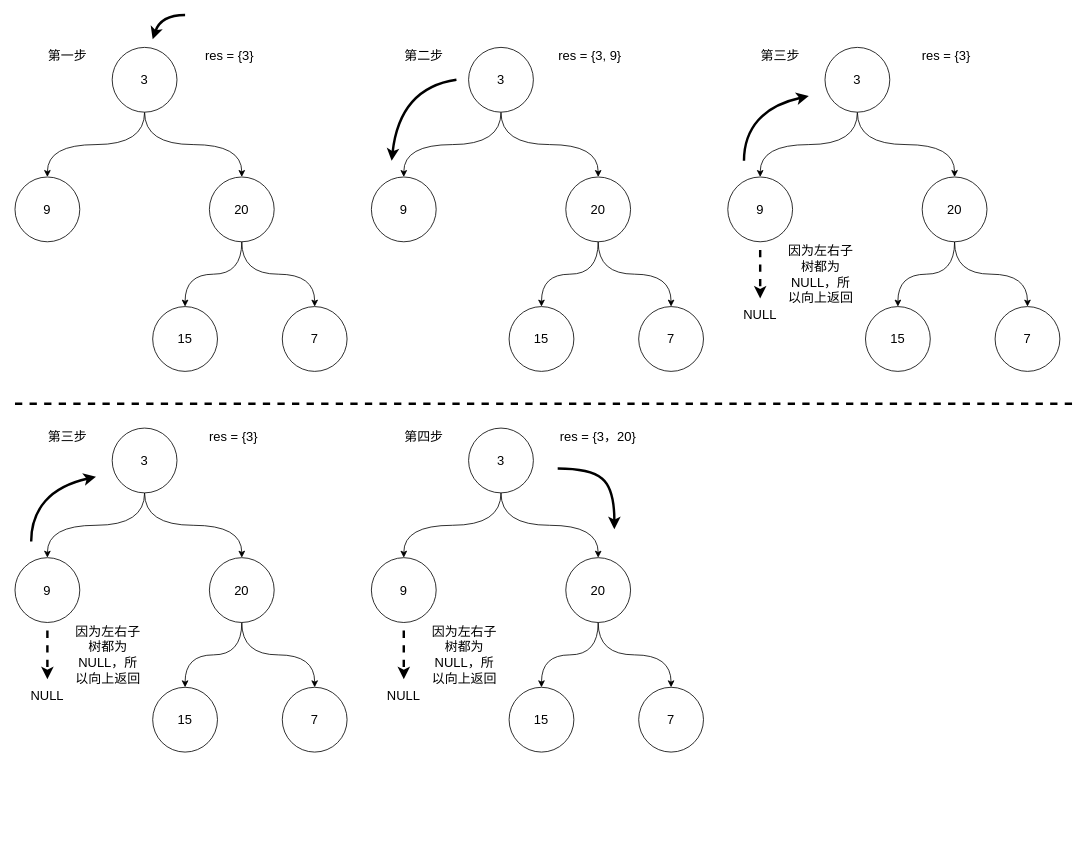
This is leetcode102题目讲解.drawio from codelyc/Hello-World, a draw.io file, before an edit. Source tidied: cells renumbered, new cells numbered last; positions are measured from the earlier drawing's top-left corner, leaving out a move shared by most shapes. Both pictures are drawn from the tidied source at 81%, with x=0, y=0 at pixel (15, 15).
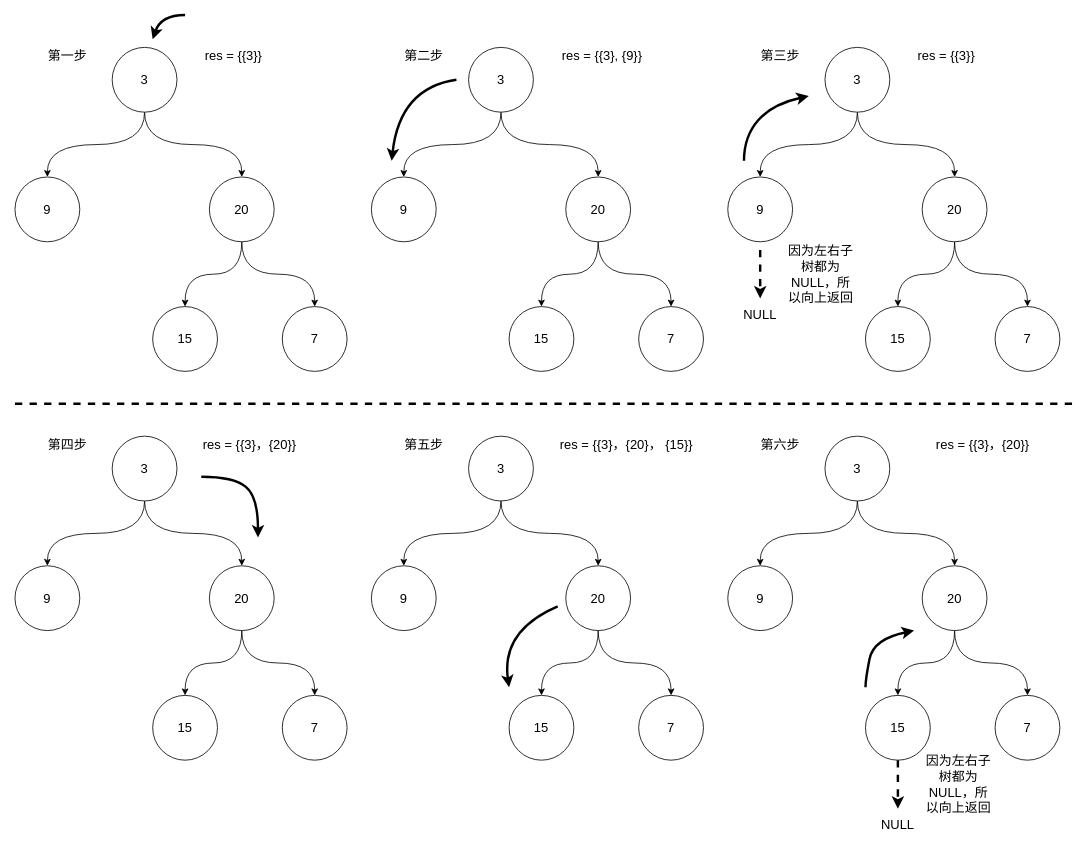
After the change.

Commit message (it also covers changes not shown here):
更新leetcode102题目讲解.drawio

What changed in the source:
```diff
@@
-    <mxCell id="13" value="&lt;font style=&quot;font-size: 16px&quot;&gt;res = {3}&lt;/font&gt;" style="text;html=1;strokeColor=none;fillColor=none;align=center;verticalAlign=middle;whiteSpace=wrap;rounded=0;" parent="1" vertex="1">
-      <mxGeometry x="230" y="40" width="70" height="20" as="geometry" />
+    <mxCell id="13" value="&lt;font style=&quot;font-size: 16px&quot;&gt;res = {{3}}&lt;/font&gt;" style="text;html=1;strokeColor=none;fillColor=none;align=center;verticalAlign=middle;whiteSpace=wrap;rounded=0;" parent="1" vertex="1">
+      <mxGeometry x="230" y="40" width="80" height="20" as="geometry" />
     </mxCell>
@@
-    <mxCell id="25" value="&lt;font style=&quot;font-size: 16px&quot;&gt;res = {3, 9}&lt;/font&gt;" style="text;html=1;strokeColor=none;fillColor=none;align=center;verticalAlign=middle;whiteSpace=wrap;rounded=0;" parent="1" vertex="1">
-      <mxGeometry x="670" y="40" width="80" height="20" as="geometry" />
+    <mxCell id="25" value="&lt;font style=&quot;font-size: 16px&quot;&gt;res = {{3}, {9}}&lt;/font&gt;" style="text;html=1;strokeColor=none;fillColor=none;align=center;verticalAlign=middle;whiteSpace=wrap;rounded=0;" parent="1" vertex="1">
+      <mxGeometry x="670" y="40" width="110" height="20" as="geometry" />
     </mxCell>
-    <mxCell id="26" style="edgeStyle=orthogonalEdgeStyle;curved=1;rounded=0;jettySize=auto;html=1;exitX=0.5;exitY=1;exitDx=0;exitDy=0;" parent="1" edge="1" source="28" target="29">
-      <mxGeometry relative="1" as="geometry" />
-    </mxCell>
-    <mxCell id="27" style="edgeStyle=orthogonalEdgeStyle;curved=1;rounded=0;jettySize=auto;html=1;exitX=0.5;exitY=1;exitDx=0;exitDy=0;entryX=0.5;entryY=0;entryDx=0;entryDy=0;" parent="1" edge="1" source="28" target="32">
-      <mxGeometry relative="1" as="geometry" />
-    </mxCell>
-    <mxCell id="28" value="&lt;font style=&quot;font-size: 16px&quot;&gt;3&lt;/font&gt;" style="ellipse;whiteSpace=wrap;html=1;" parent="1" vertex="1">
-      <mxGeometry x="120" y="510" width="80" height="80" as="geometry" />
-    </mxCell>
-    <mxCell id="29" value="&lt;font style=&quot;font-size: 16px&quot;&gt;9&lt;/font&gt;" style="ellipse;whiteSpace=wrap;html=1;" parent="1" vertex="1">
-      <mxGeometry y="670" width="80" height="80" as="geometry" />
-    </mxCell>
-    <mxCell id="30" style="edgeStyle=orthogonalEdgeStyle;curved=1;rounded=0;jettySize=auto;html=1;exitX=0.5;exitY=1;exitDx=0;exitDy=0;entryX=0.5;entryY=0;entryDx=0;entryDy=0;" parent="1" edge="1" source="32" target="33">
-      <mxGeometry relative="1" as="geometry" />
-    </mxCell>
-    <mxCell id="31" style="edgeStyle=orthogonalEdgeStyle;curved=1;rounded=0;jettySize=auto;html=1;exitX=0.5;exitY=1;exitDx=0;exitDy=0;entryX=0.5;entryY=0;entryDx=0;entryDy=0;" parent="1" edge="1" source="32" target="34">
-      <mxGeometry relative="1" as="geometry" />
-    </mxCell>
-    <mxCell id="32" value="&lt;font style=&quot;font-size: 16px&quot;&gt;20&lt;/font&gt;" style="ellipse;whiteSpace=wrap;html=1;" parent="1" vertex="1">
-      <mxGeometry x="240" y="670" width="80" height="80" as="geometry" />
-    </mxCell>
-    <mxCell id="33" value="&lt;font style=&quot;font-size: 16px&quot;&gt;15&lt;/font&gt;" style="ellipse;whiteSpace=wrap;html=1;" parent="1" vertex="1">
-      <mxGeometry x="170" y="830" width="80" height="80" as="geometry" />
-    </mxCell>
-    <mxCell id="34" value="&lt;font style=&quot;font-size: 16px&quot;&gt;7&lt;/font&gt;" style="ellipse;whiteSpace=wrap;html=1;" parent="1" vertex="1">
-      <mxGeometry x="330" y="830" width="80" height="80" as="geometry" />
-    </mxCell>
-    <mxCell id="35" value="&lt;font style=&quot;font-size: 16px&quot;&gt;第三步&lt;/font&gt;" style="text;html=1;strokeColor=none;fillColor=none;align=center;verticalAlign=middle;whiteSpace=wrap;rounded=0;" parent="1" vertex="1">
-      <mxGeometry x="40" y="510" width="50" height="20" as="geometry" />
-    </mxCell>
-    <mxCell id="36" style="curved=1;endArrow=classic;html=1;strokeWidth=3;" parent="1" edge="1">
-      <mxGeometry relative="1" as="geometry">
-        <mxPoint x="20" y="650" as="sourcePoint" />
-        <mxPoint x="100" y="570" as="targetPoint" />
-        <Array as="points">
-          <mxPoint x="20" y="620" />
-          <mxPoint x="55" y="580" />
-        </Array>
-      </mxGeometry>
-    </mxCell>
-    <mxCell id="37" value="&lt;font style=&quot;font-size: 16px&quot;&gt;res = {3}&lt;/font&gt;" style="text;html=1;strokeColor=none;fillColor=none;align=center;verticalAlign=middle;whiteSpace=wrap;rounded=0;" parent="1" vertex="1">
-      <mxGeometry x="230" y="510" width="80" height="20" as="geometry" />
-    </mxCell>
@@
-    <mxCell id="39" style="endArrow=classic;html=1;strokeWidth=3;dashed=1;" parent="1" edge="1">
-      <mxGeometry relative="1" as="geometry">
-        <mxPoint x="40" y="760" as="sourcePoint" />
-        <mxPoint x="40" y="820" as="targetPoint" />
-      </mxGeometry>
-    </mxCell>
-    <mxCell id="40" value="&lt;font style=&quot;font-size: 16px&quot;&gt;NULL&lt;/font&gt;" style="text;html=1;strokeColor=none;fillColor=none;align=center;verticalAlign=middle;whiteSpace=wrap;rounded=0;" parent="1" vertex="1">
-      <mxGeometry x="20" y="830" width="40" height="20" as="geometry" />
-    </mxCell>
-    <mxCell id="41" value="&lt;font style=&quot;font-size: 16px&quot;&gt;因为左右子树都为NULL，所以向上返回&lt;/font&gt;" style="text;html=1;strokeColor=none;fillColor=none;align=center;verticalAlign=middle;whiteSpace=wrap;rounded=0;" parent="1" vertex="1">
-      <mxGeometry x="70" y="780" width="90" height="20" as="geometry" />
-    </mxCell>
@@
     <mxCell id="44" value="&lt;font style=&quot;font-size: 16px&quot;&gt;3&lt;/font&gt;" style="ellipse;whiteSpace=wrap;html=1;" parent="1" vertex="1">
-      <mxGeometry x="560" y="510" width="80" height="80" as="geometry" />
+      <mxGeometry x="120" y="520" width="80" height="80" as="geometry" />
     </mxCell>
     <mxCell id="45" value="&lt;font style=&quot;font-size: 16px&quot;&gt;9&lt;/font&gt;" style="ellipse;whiteSpace=wrap;html=1;" parent="1" vertex="1">
-      <mxGeometry x="440" y="670" width="80" height="80" as="geometry" />
+      <mxGeometry y="680" width="80" height="80" as="geometry" />
     </mxCell>
@@
     <mxCell id="48" value="&lt;font style=&quot;font-size: 16px&quot;&gt;20&lt;/font&gt;" style="ellipse;whiteSpace=wrap;html=1;" parent="1" vertex="1">
-      <mxGeometry x="680" y="670" width="80" height="80" as="geometry" />
+      <mxGeometry x="240" y="680" width="80" height="80" as="geometry" />
     </mxCell>
     <mxCell id="49" value="&lt;font style=&quot;font-size: 16px&quot;&gt;15&lt;/font&gt;" style="ellipse;whiteSpace=wrap;html=1;" parent="1" vertex="1">
-      <mxGeometry x="610" y="830" width="80" height="80" as="geometry" />
+      <mxGeometry x="170" y="840" width="80" height="80" as="geometry" />
     </mxCell>
     <mxCell id="50" value="&lt;font style=&quot;font-size: 16px&quot;&gt;7&lt;/font&gt;" style="ellipse;whiteSpace=wrap;html=1;" parent="1" vertex="1">
-      <mxGeometry x="770" y="830" width="80" height="80" as="geometry" />
+      <mxGeometry x="330" y="840" width="80" height="80" as="geometry" />
     </mxCell>
     <mxCell id="51" value="&lt;font style=&quot;font-size: 16px&quot;&gt;第四步&lt;/font&gt;" style="text;html=1;strokeColor=none;fillColor=none;align=center;verticalAlign=middle;whiteSpace=wrap;rounded=0;" parent="1" vertex="1">
-      <mxGeometry x="480" y="510" width="50" height="20" as="geometry" />
+      <mxGeometry x="40" y="520" width="50" height="20" as="geometry" />
     </mxCell>
     <mxCell id="52" style="curved=1;endArrow=classic;html=1;strokeWidth=3;" parent="1" edge="1">
       <mxGeometry relative="1" as="geometry">
-        <mxPoint x="670" y="560" as="sourcePoint" />
-        <mxPoint x="740" y="635" as="targetPoint" />
+        <mxPoint x="230" y="570" as="sourcePoint" />
+        <mxPoint x="300" y="645" as="targetPoint" />
         <Array as="points">
-          <mxPoint x="710" y="560" />
-          <mxPoint x="740" y="585" />
+          <mxPoint x="270" y="570" />
+          <mxPoint x="300" y="595" />
         </Array>
       </mxGeometry>
     </mxCell>
-    <mxCell id="53" value="&lt;font style=&quot;font-size: 16px&quot;&gt;res = {3，20}&lt;/font&gt;" style="text;html=1;strokeColor=none;fillColor=none;align=center;verticalAlign=middle;whiteSpace=wrap;rounded=0;" parent="1" vertex="1">
-      <mxGeometry x="670" y="510" width="100" height="20" as="geometry" />
+    <mxCell id="53" value="&lt;font style=&quot;font-size: 16px&quot;&gt;res = {{3}，{20}}&lt;/font&gt;" style="text;html=1;strokeColor=none;fillColor=none;align=center;verticalAlign=middle;whiteSpace=wrap;rounded=0;" parent="1" vertex="1">
+      <mxGeometry x="230" y="520" width="120" height="20" as="geometry" />
     </mxCell>
-    <mxCell id="54" style="endArrow=classic;html=1;strokeWidth=3;dashed=1;" parent="1" edge="1">
-      <mxGeometry relative="1" as="geometry">
-        <mxPoint x="480" y="760" as="sourcePoint" />
-        <mxPoint x="480" y="820" as="targetPoint" />
-      </mxGeometry>
-    </mxCell>
-    <mxCell id="55" value="&lt;font style=&quot;font-size: 16px&quot;&gt;NULL&lt;/font&gt;" style="text;html=1;strokeColor=none;fillColor=none;align=center;verticalAlign=middle;whiteSpace=wrap;rounded=0;" parent="1" vertex="1">
-      <mxGeometry x="460" y="830" width="40" height="20" as="geometry" />
-    </mxCell>
-    <mxCell id="56" value="&lt;font style=&quot;font-size: 16px&quot;&gt;因为左右子树都为NULL，所以向上返回&lt;/font&gt;" style="text;html=1;strokeColor=none;fillColor=none;align=center;verticalAlign=middle;whiteSpace=wrap;rounded=0;" parent="1" vertex="1">
-      <mxGeometry x="510" y="780" width="90" height="20" as="geometry" />
-    </mxCell>
@@
-    <mxCell id="68" value="&lt;font style=&quot;font-size: 16px&quot;&gt;res = {3}&lt;/font&gt;" style="text;html=1;strokeColor=none;fillColor=none;align=center;verticalAlign=middle;whiteSpace=wrap;rounded=0;" parent="1" vertex="1">
+    <mxCell id="68" value="&lt;font style=&quot;font-size: 16px&quot;&gt;res = {{3}}&lt;/font&gt;" style="text;html=1;strokeColor=none;fillColor=none;align=center;verticalAlign=middle;whiteSpace=wrap;rounded=0;" parent="1" vertex="1">
       <mxGeometry x="1110" y="40" width="80" height="20" as="geometry" />
     </mxCell>
@@
+    <mxCell id="72" style="edgeStyle=orthogonalEdgeStyle;curved=1;rounded=0;jettySize=auto;html=1;exitX=0.5;exitY=1;exitDx=0;exitDy=0;" parent="1" edge="1" source="74" target="75">
+      <mxGeometry relative="1" as="geometry" />
+    </mxCell>
+    <mxCell id="73" style="edgeStyle=orthogonalEdgeStyle;curved=1;rounded=0;jettySize=auto;html=1;exitX=0.5;exitY=1;exitDx=0;exitDy=0;entryX=0.5;entryY=0;entryDx=0;entryDy=0;" parent="1" edge="1" source="74" target="78">
+      <mxGeometry relative="1" as="geometry" />
+    </mxCell>
+    <mxCell id="74" value="&lt;font style=&quot;font-size: 16px&quot;&gt;3&lt;/font&gt;" style="ellipse;whiteSpace=wrap;html=1;" parent="1" vertex="1">
+      <mxGeometry x="560" y="520" width="80" height="80" as="geometry" />
+    </mxCell>
+    <mxCell id="75" value="&lt;font style=&quot;font-size: 16px&quot;&gt;9&lt;/font&gt;" style="ellipse;whiteSpace=wrap;html=1;" parent="1" vertex="1">
+      <mxGeometry x="440" y="680" width="80" height="80" as="geometry" />
+    </mxCell>
+    <mxCell id="76" style="edgeStyle=orthogonalEdgeStyle;curved=1;rounded=0;jettySize=auto;html=1;exitX=0.5;exitY=1;exitDx=0;exitDy=0;entryX=0.5;entryY=0;entryDx=0;entryDy=0;" parent="1" edge="1" source="78" target="79">
+      <mxGeometry relative="1" as="geometry" />
+    </mxCell>
+    <mxCell id="77" style="edgeStyle=orthogonalEdgeStyle;curved=1;rounded=0;jettySize=auto;html=1;exitX=0.5;exitY=1;exitDx=0;exitDy=0;entryX=0.5;entryY=0;entryDx=0;entryDy=0;" parent="1" edge="1" source="78" target="80">
+      <mxGeometry relative="1" as="geometry" />
+    </mxCell>
+    <mxCell id="78" value="&lt;font style=&quot;font-size: 16px&quot;&gt;20&lt;/font&gt;" style="ellipse;whiteSpace=wrap;html=1;" parent="1" vertex="1">
+      <mxGeometry x="680" y="680" width="80" height="80" as="geometry" />
+    </mxCell>
+    <mxCell id="79" value="&lt;font style=&quot;font-size: 16px&quot;&gt;15&lt;/font&gt;" style="ellipse;whiteSpace=wrap;html=1;" parent="1" vertex="1">
+      <mxGeometry x="610" y="840" width="80" height="80" as="geometry" />
+    </mxCell>
+    <mxCell id="80" value="&lt;font style=&quot;font-size: 16px&quot;&gt;7&lt;/font&gt;" style="ellipse;whiteSpace=wrap;html=1;" parent="1" vertex="1">
+      <mxGeometry x="770" y="840" width="80" height="80" as="geometry" />
+    </mxCell>
+    <mxCell id="81" value="&lt;font style=&quot;font-size: 16px&quot;&gt;第五步&lt;/font&gt;" style="text;html=1;strokeColor=none;fillColor=none;align=center;verticalAlign=middle;whiteSpace=wrap;rounded=0;" parent="1" vertex="1">
+      <mxGeometry x="480" y="520" width="50" height="20" as="geometry" />
+    </mxCell>
+    <mxCell id="82" value="&lt;font style=&quot;font-size: 16px&quot;&gt;res = {{3}，{20}， {15}}&lt;/font&gt;" style="text;html=1;strokeColor=none;fillColor=none;align=center;verticalAlign=middle;whiteSpace=wrap;rounded=0;" parent="1" vertex="1">
+      <mxGeometry x="670" y="520" width="170" height="20" as="geometry" />
+    </mxCell>
+    <mxCell id="83" style="curved=1;endArrow=classic;html=1;strokeWidth=3;" parent="1" edge="1">
+      <mxGeometry relative="1" as="geometry">
+        <mxPoint x="670" y="730" as="sourcePoint" />
+        <mxPoint x="610" y="830" as="targetPoint" />
+        <Array as="points">
+          <mxPoint x="600" y="760" />
+        </Array>
+      </mxGeometry>
+    </mxCell>
+    <mxCell id="84" style="edgeStyle=orthogonalEdgeStyle;curved=1;rounded=0;jettySize=auto;html=1;exitX=0.5;exitY=1;exitDx=0;exitDy=0;" parent="1" edge="1" source="86" target="87">
+      <mxGeometry relative="1" as="geometry" />
+    </mxCell>
+    <mxCell id="85" style="edgeStyle=orthogonalEdgeStyle;curved=1;rounded=0;jettySize=auto;html=1;exitX=0.5;exitY=1;exitDx=0;exitDy=0;entryX=0.5;entryY=0;entryDx=0;entryDy=0;" parent="1" edge="1" source="86" target="90">
+      <mxGeometry relative="1" as="geometry" />
+    </mxCell>
+    <mxCell id="86" value="&lt;font style=&quot;font-size: 16px&quot;&gt;3&lt;/font&gt;" style="ellipse;whiteSpace=wrap;html=1;" parent="1" vertex="1">
+      <mxGeometry x="1000" y="520" width="80" height="80" as="geometry" />
+    </mxCell>
+    <mxCell id="87" value="&lt;font style=&quot;font-size: 16px&quot;&gt;9&lt;/font&gt;" style="ellipse;whiteSpace=wrap;html=1;" parent="1" vertex="1">
+      <mxGeometry x="880" y="680" width="80" height="80" as="geometry" />
+    </mxCell>
+    <mxCell id="88" style="edgeStyle=orthogonalEdgeStyle;curved=1;rounded=0;jettySize=auto;html=1;exitX=0.5;exitY=1;exitDx=0;exitDy=0;entryX=0.5;entryY=0;entryDx=0;entryDy=0;" parent="1" edge="1" source="90" target="91">
+      <mxGeometry relative="1" as="geometry" />
+    </mxCell>
+    <mxCell id="89" style="edgeStyle=orthogonalEdgeStyle;curved=1;rounded=0;jettySize=auto;html=1;exitX=0.5;exitY=1;exitDx=0;exitDy=0;entryX=0.5;entryY=0;entryDx=0;entryDy=0;" parent="1" edge="1" source="90" target="92">
+      <mxGeometry relative="1" as="geometry" />
+    </mxCell>
+    <mxCell id="90" value="&lt;font style=&quot;font-size: 16px&quot;&gt;20&lt;/font&gt;" style="ellipse;whiteSpace=wrap;html=1;" parent="1" vertex="1">
+      <mxGeometry x="1120" y="680" width="80" height="80" as="geometry" />
+    </mxCell>
+    <mxCell id="91" value="&lt;font style=&quot;font-size: 16px&quot;&gt;15&lt;/font&gt;" style="ellipse;whiteSpace=wrap;html=1;" parent="1" vertex="1">
+      <mxGeometry x="1050" y="840" width="80" height="80" as="geometry" />
+    </mxCell>
+    <mxCell id="92" value="&lt;font style=&quot;font-size: 16px&quot;&gt;7&lt;/font&gt;" style="ellipse;whiteSpace=wrap;html=1;" parent="1" vertex="1">
+      <mxGeometry x="1210" y="840" width="80" height="80" as="geometry" />
+    </mxCell>
+    <mxCell id="93" value="&lt;font style=&quot;font-size: 16px&quot;&gt;第六步&lt;/font&gt;" style="text;html=1;strokeColor=none;fillColor=none;align=center;verticalAlign=middle;whiteSpace=wrap;rounded=0;" parent="1" vertex="1">
+      <mxGeometry x="920" y="520" width="50" height="20" as="geometry" />
+    </mxCell>
+    <mxCell id="94" value="&lt;font style=&quot;font-size: 16px&quot;&gt;res = {{3}，{20}}&lt;/font&gt;" style="text;html=1;strokeColor=none;fillColor=none;align=center;verticalAlign=middle;whiteSpace=wrap;rounded=0;" parent="1" vertex="1">
+      <mxGeometry x="1110" y="520" width="170" height="20" as="geometry" />
+    </mxCell>
+    <mxCell id="95" style="endArrow=classic;html=1;strokeWidth=3;dashed=1;" parent="1" edge="1">
+      <mxGeometry relative="1" as="geometry">
+        <mxPoint x="1090" y="920" as="sourcePoint" />
+        <mxPoint x="1090" y="980" as="targetPoint" />
+      </mxGeometry>
+    </mxCell>
+    <mxCell id="96" value="&lt;font style=&quot;font-size: 16px&quot;&gt;NULL&lt;/font&gt;" style="text;html=1;strokeColor=none;fillColor=none;align=center;verticalAlign=middle;whiteSpace=wrap;rounded=0;" parent="1" vertex="1">
+      <mxGeometry x="1070" y="990" width="40" height="20" as="geometry" />
+    </mxCell>
+    <mxCell id="97" value="&lt;font style=&quot;font-size: 16px&quot;&gt;因为左右子树都为NULL，所以向上返回&lt;/font&gt;" style="text;html=1;strokeColor=none;fillColor=none;align=center;verticalAlign=middle;whiteSpace=wrap;rounded=0;" parent="1" vertex="1">
+      <mxGeometry x="1120" y="940" width="90" height="20" as="geometry" />
+    </mxCell>
+    <mxCell id="98" style="curved=1;endArrow=classic;html=1;strokeWidth=3;" parent="1" edge="1">
+      <mxGeometry relative="1" as="geometry">
+        <mxPoint x="1050" y="830" as="sourcePoint" />
+        <mxPoint x="1110" y="760" as="targetPoint" />
+        <Array as="points">
+          <mxPoint x="1050" y="820" />
+          <mxPoint x="1060" y="770" />
+        </Array>
+      </mxGeometry>
+    </mxCell>
```
